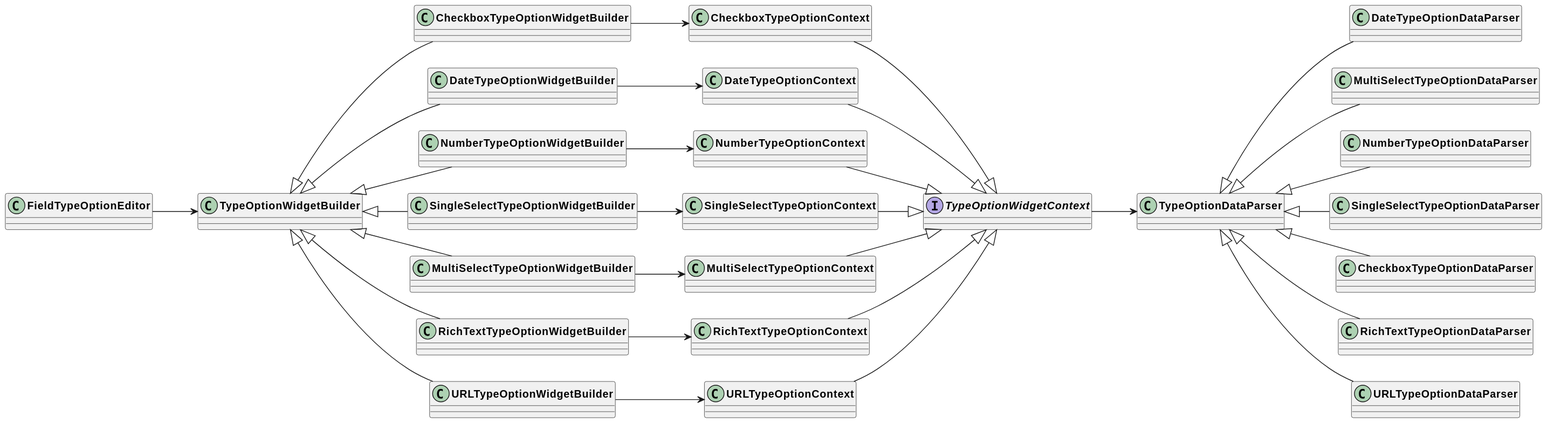
Before: uml/output/Field_Type_Option_Editor.svg, a diagram exported from PlantUML (AppFlowy-IO/AppFlowy-Docs).
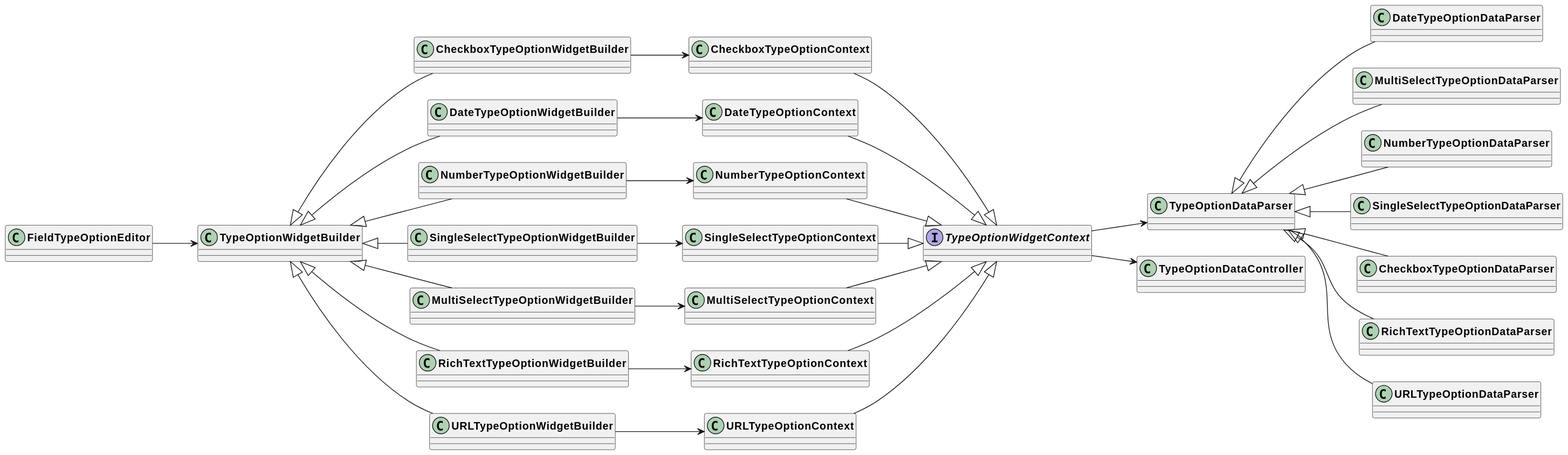
Above is the later version.

Diff of the diagram source:
```diff
@@ -5,6 +5,8 @@
 left to right direction
 
 interface TypeOptionWidgetContext
+
+TypeOptionWidgetContext --> TypeOptionDataController
 
 FieldTypeOptionEditor --> TypeOptionWidgetBuilder
 CheckboxTypeOptionWidgetBuilder -u-|> TypeOptionWidgetBuilder
```
